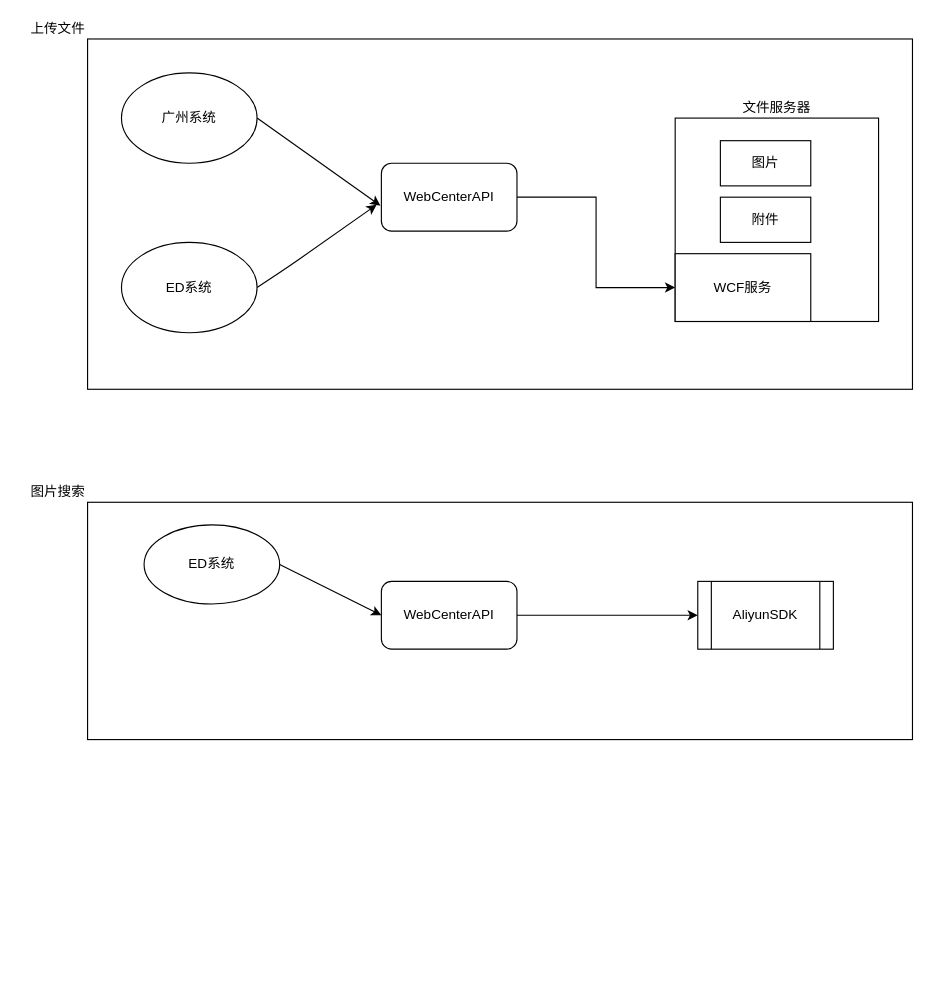
J-W-Chan/PDM keeps this draw.io diagram as 未命名绘图.drawio. Above is the earlier version. Source tidied: cells renumbered, new cells numbered last; positions are measured from the earlier drawing's top-left corner, leaving out a move shared by most shapes. Both pictures are drawn from the tidied source at 113%, with x=0, y=0 at pixel (87, 38).
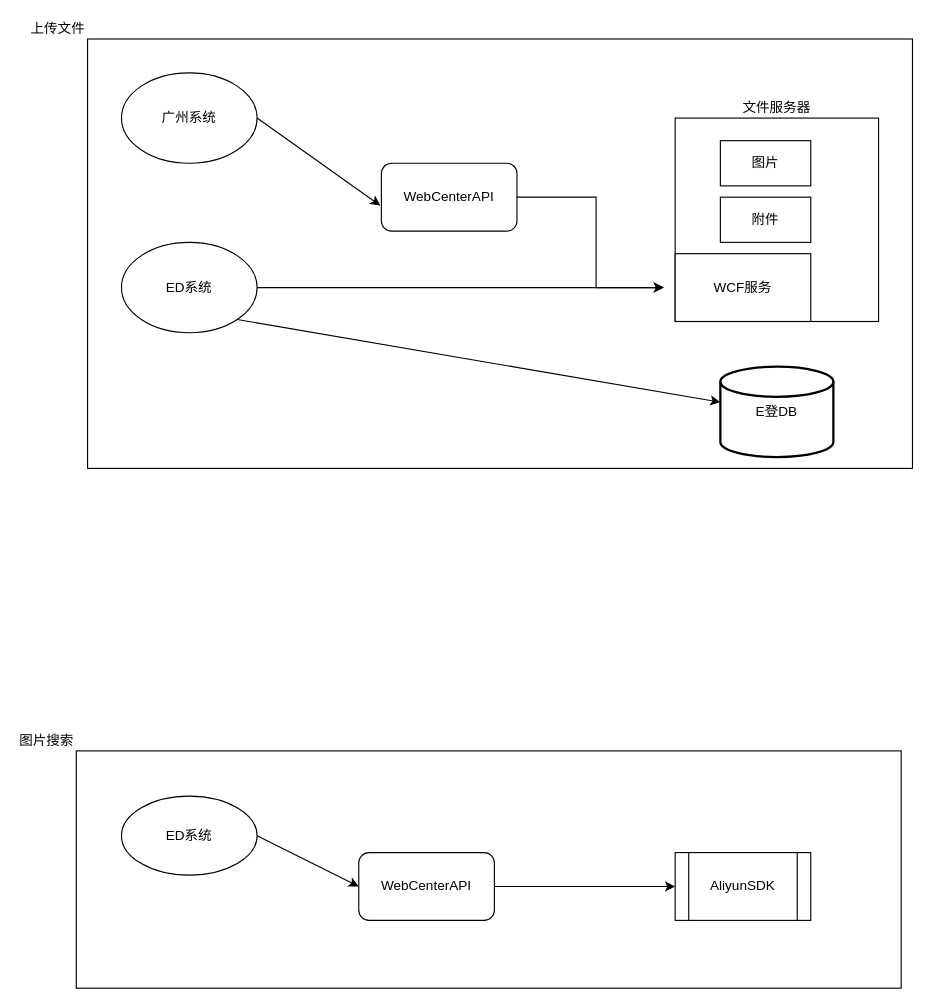
The same diagram, later.

The change refers to these unchanged cells:
```xml
<mxCell id="4" value="ED系统" style="ellipse;whiteSpace=wrap;html=1;" parent="1" vertex="1">
  <mxGeometry x="30" y="180" width="120" height="80" as="geometry" />
</mxCell>
<mxCell id="6" value="WebCenterAPI" style="rounded=1;whiteSpace=wrap;html=1;" parent="1" vertex="1">
  <mxGeometry x="260" y="110" width="120" height="60" as="geometry" />
</mxCell>
<mxCell id="8" value="WCF服务" style="rounded=0;whiteSpace=wrap;html=1;" parent="1" vertex="1">
  <mxGeometry x="520" y="190" width="120" height="60" as="geometry" />
</mxCell>
```

Change to the diagram source:
```diff
@@
     <mxCell id="2" value="上传文件" style="rounded=0;whiteSpace=wrap;html=1;labelPosition=left;verticalLabelPosition=top;align=right;verticalAlign=bottom;" parent="1" vertex="1">
-      <mxGeometry width="730" height="310" as="geometry" />
+      <mxGeometry width="730" height="380" as="geometry" />
     </mxCell>
@@
-    <mxCell id="5" style="edgeStyle=orthogonalEdgeStyle;rounded=0;jettySize=auto;html=1;entryX=0;entryY=0.5;entryDx=0;entryDy=0;" parent="1" edge="1" source="6" target="8">
-      <mxGeometry relative="1" as="geometry" />
+    <mxCell id="5" style="edgeStyle=orthogonalEdgeStyle;rounded=0;jettySize=auto;html=1;" parent="1" edge="1" source="6">
+      <mxGeometry relative="1" as="geometry">
+        <mxPoint x="510" y="220" as="targetPoint" />
+        <Array as="points">
+          <mxPoint x="450" y="140" />
+          <mxPoint x="450" y="220" />
+        </Array>
+      </mxGeometry>
     </mxCell>
@@
-    <mxCell id="10" style="endArrow=classic;html=1;exitX=1;exitY=0.5;exitDx=0;exitDy=0;entryX=-0.035;entryY=0.611;entryDx=0;entryDy=0;entryPerimeter=0;" parent="1" edge="1" source="4" target="6">
+    <mxCell id="10" style="endArrow=classic;html=1;exitX=1;exitY=0.5;exitDx=0;exitDy=0;" parent="1" edge="1" source="4">
       <mxGeometry relative="1" as="geometry">
-        <Array as="points">
-          <mxPoint x="180" y="200" />
-        </Array>
+        <mxPoint x="510" y="220" as="targetPoint" />
       </mxGeometry>
     </mxCell>
@@
     <mxCell id="13" value="图片搜索" style="rounded=0;whiteSpace=wrap;html=1;labelPosition=left;verticalLabelPosition=top;align=right;verticalAlign=bottom;" parent="1" vertex="1">
-      <mxGeometry y="410" width="730" height="210" as="geometry" />
+      <mxGeometry x="-10" y="630" width="730" height="210" as="geometry" />
     </mxCell>
     <mxCell id="14" value="ED系统" style="ellipse;whiteSpace=wrap;html=1;" parent="1" vertex="1">
-      <mxGeometry x="50" y="430" width="120" height="70" as="geometry" />
+      <mxGeometry x="30" y="670" width="120" height="70" as="geometry" />
     </mxCell>
     <mxCell id="15" value="WebCenterAPI" style="rounded=1;whiteSpace=wrap;html=1;" parent="1" vertex="1">
-      <mxGeometry x="260" y="480" width="120" height="60" as="geometry" />
+      <mxGeometry x="240" y="720" width="120" height="60" as="geometry" />
     </mxCell>
@@
     <mxCell id="17" value="AliyunSDK" style="shape=process;whiteSpace=wrap;html=1;backgroundOutline=1;" parent="1" vertex="1">
-      <mxGeometry x="540" y="480" width="120" height="60" as="geometry" />
+      <mxGeometry x="520" y="720" width="120" height="60" as="geometry" />
     </mxCell>
@@
+    <mxCell id="19" value="E登DB" style="strokeWidth=2;html=1;shape=mxgraph.flowchart.database;whiteSpace=wrap;" parent="1" vertex="1">
+      <mxGeometry x="560" y="290" width="100" height="80" as="geometry" />
+    </mxCell>
+    <mxCell id="20" style="endArrow=classic;html=1;exitX=1;exitY=1;exitDx=0;exitDy=0;" parent="1" edge="1" source="4" target="19">
+      <mxGeometry relative="1" as="geometry" />
+    </mxCell>
```
